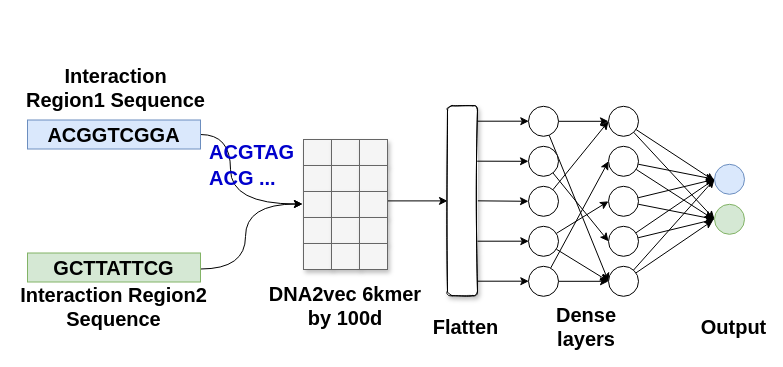
This is embedding_dense.drawio from NaiveTom/draw.io, a draw.io file, before an edit. Source tidied: cells renumbered, new cells numbered last; positions are measured from the earlier drawing's top-left corner, leaving out a move shared by most shapes. Both pictures are drawn from the tidied source at 100%, with x=0, y=0 at pixel (17, 77).
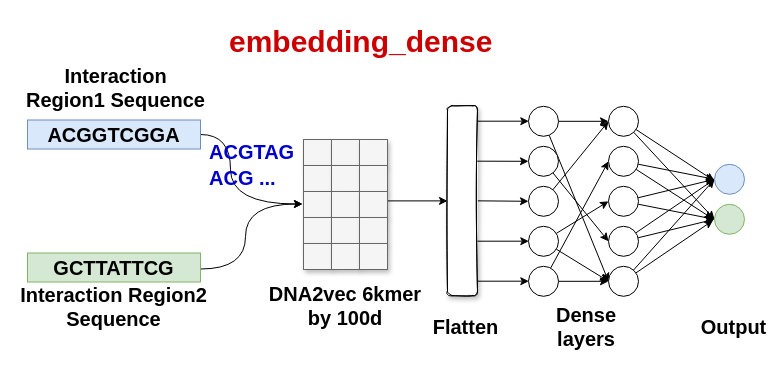
After the change.

The edit, as a diff of the source:
```diff
@@
+    <mxCell id="66" value="embedding_dense" style="text;whiteSpace=wrap;html=1;fontSize=30;fontStyle=1;fontColor=#CC0000;" parent="1" vertex="1">
+      <mxGeometry x="210" y="-60" width="310" height="40" as="geometry" />
+    </mxCell>
```
